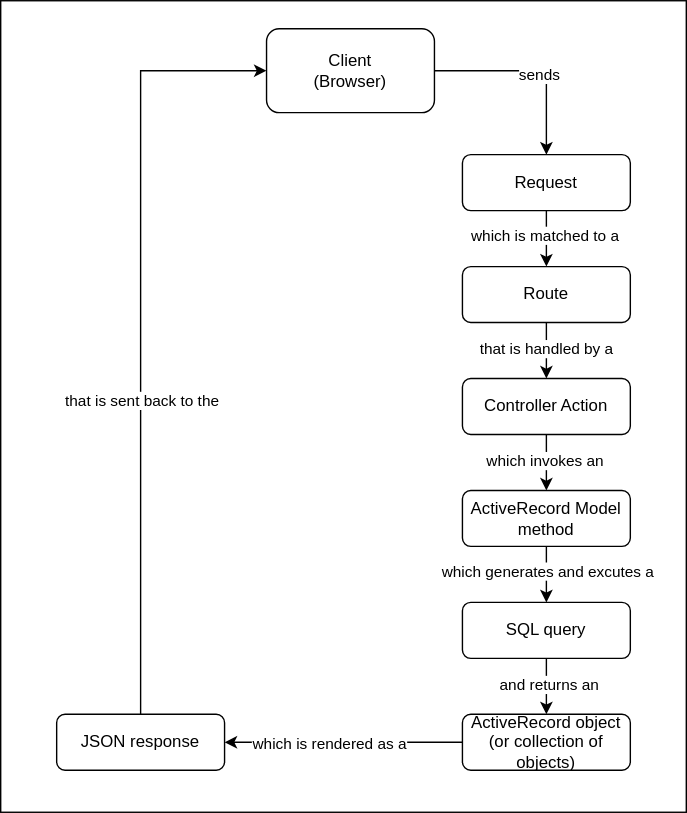
Earlier version of the draw.io export 02_client_server_communication_part_1/assets/mvc-flow.drawio.svg (learn-co-students/SENG-LIVE-042522-phase-4). Source tidied: cells renumbered, new cells last; positions are measured from the earlier drawing's top-left corner, leaving out a move shared by most shapes.
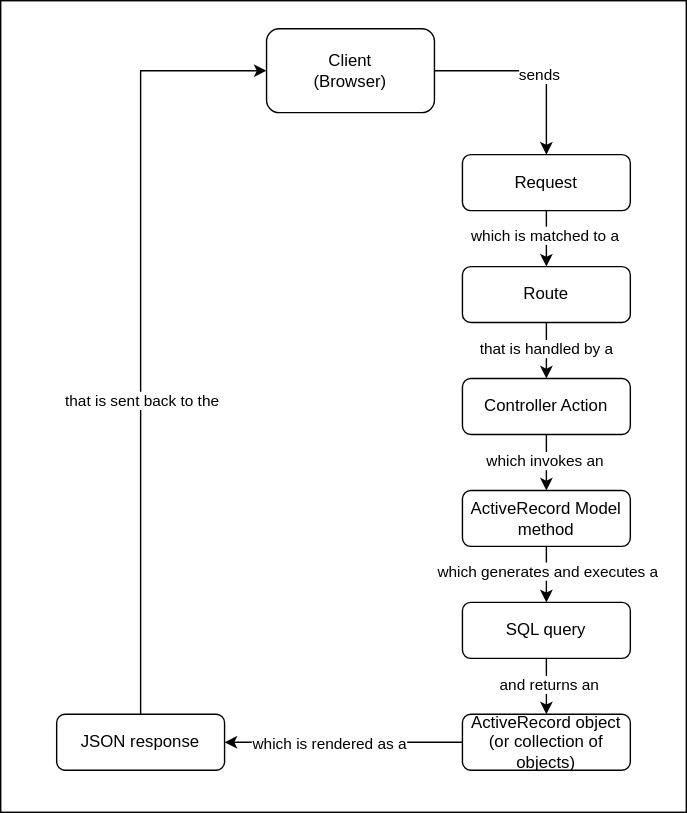
After the commit.

Commit message:
fix typo in diagram

Change to the diagram source:
```diff
@@ -40,7 +40,7 @@
     <mxCell id="13" style="edgeStyle=orthogonalEdgeStyle;rounded=0;jettySize=auto;html=1;" parent="3" edge="1" source="15" target="21">
       <mxGeometry relative="1" as="geometry" />
     </mxCell>
-    <mxCell id="14" value="which generates and excutes a" style="edgeLabel;html=1;align=center;verticalAlign=middle;" parent="13" vertex="1">
+    <mxCell id="14" value="which generates and executes a" style="edgeLabel;html=1;align=center;verticalAlign=middle;" parent="13" vertex="1">
       <mxGeometry x="-0.15" relative="1" as="geometry" />
     </mxCell>
     <mxCell id="15" value="ActiveRecord Model method" style="rounded=1;whiteSpace=wrap;html=1;" parent="3" vertex="1">
```
